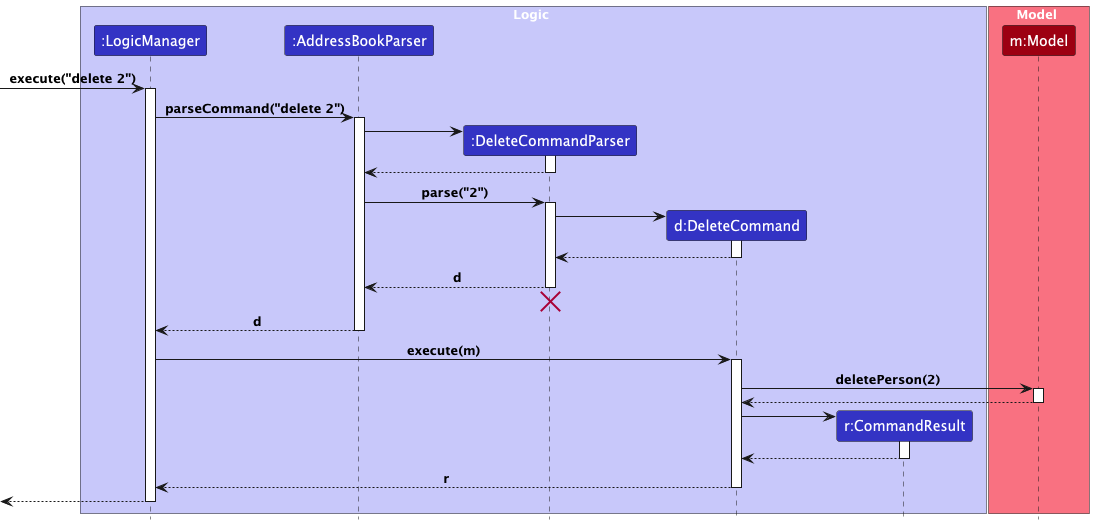
Earlier version of the PlantUML export docs/images/DeleteCommandSequenceDiagram.png (nus-cs2103-AY2425S1/tp). Its diagram source:
```plantuml
@startuml
!include style.puml

box Logic LOGIC_COLOR_T1
participant ":LogicManager" as LogicManager LOGIC_COLOR
participant ":AddressBookParser" as AddressBookParser LOGIC_COLOR
participant ":DeleteCommandParser" as DeleteCommandParser LOGIC_COLOR
participant "d:DeleteCommand" as DeleteCommand LOGIC_COLOR
participant "r:CommandResult" as CommandResult LOGIC_COLOR
end box

box Model MODEL_COLOR_T1
participant "m:Model" as Model MODEL_COLOR
end box

[-> LogicManager : execute("delete 2")
activate LogicManager

LogicManager -> AddressBookParser : parseCommand("delete 2")
activate AddressBookParser

create DeleteCommandParser
AddressBookParser -> DeleteCommandParser
activate DeleteCommandParser

DeleteCommandParser --> AddressBookParser
deactivate DeleteCommandParser

AddressBookParser -> DeleteCommandParser : parse("2")
activate DeleteCommandParser

create DeleteCommand
DeleteCommandParser -> DeleteCommand
activate DeleteCommand

DeleteCommand --> DeleteCommandParser :
deactivate DeleteCommand

DeleteCommandParser --> AddressBookParser : d
deactivate DeleteCommandParser
DeleteCommandParser -[hidden]-> AddressBookParser
destroy DeleteCommandParser

AddressBookParser --> LogicManager : d
deactivate AddressBookParser

LogicManager -> DeleteCommand : execute(m)
activate DeleteCommand

DeleteCommand -> Model : deletePerson(2)
activate Model

Model --> DeleteCommand
deactivate Model

create CommandResult
DeleteCommand -> CommandResult
activate CommandResult

CommandResult --> DeleteCommand
deactivate CommandResult

DeleteCommand --> LogicManager : r
deactivate DeleteCommand

[<--LogicManager
deactivate LogicManager
@enduml
```
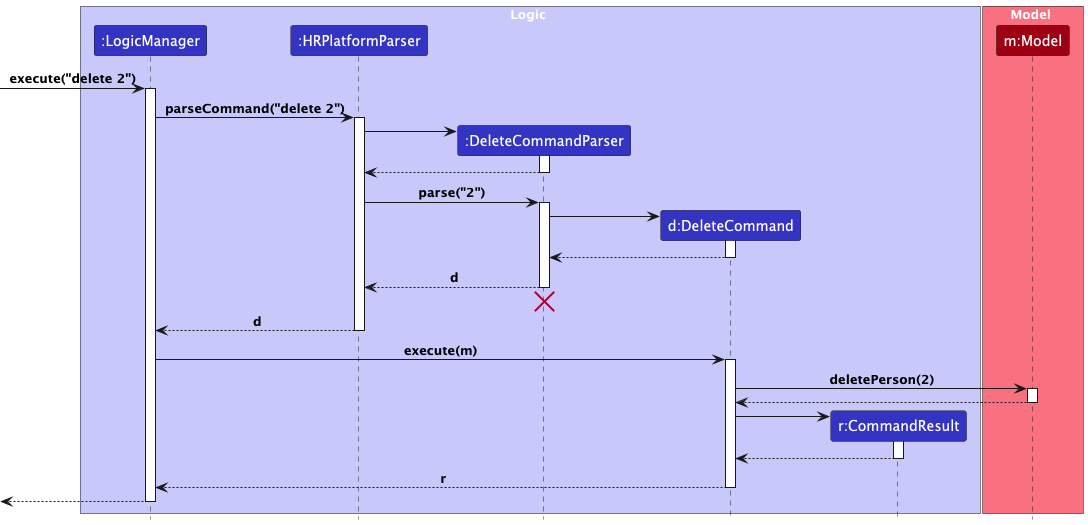
Later version of the same file.

The edit, as a diff of the source:
```diff
@@ -3,7 +3,7 @@
 
 box Logic LOGIC_COLOR_T1
 participant ":LogicManager" as LogicManager LOGIC_COLOR
-participant ":AddressBookParser" as AddressBookParser LOGIC_COLOR
+participant ":HRPlatformParser" as HRPlatformParser LOGIC_COLOR
 participant ":DeleteCommandParser" as DeleteCommandParser LOGIC_COLOR
 participant "d:DeleteCommand" as DeleteCommand LOGIC_COLOR
 participant "r:CommandResult" as CommandResult LOGIC_COLOR
@@ -16,17 +16,17 @@
 [-> LogicManager : execute("delete 2")
 activate LogicManager
 
-LogicManager -> AddressBookParser : parseCommand("delete 2")
-activate AddressBookParser
+LogicManager -> HRPlatformParser : parseCommand("delete 2")
+activate HRPlatformParser
 
 create DeleteCommandParser
-AddressBookParser -> DeleteCommandParser
+HRPlatformParser -> DeleteCommandParser
 activate DeleteCommandParser
 
-DeleteCommandParser --> AddressBookParser
+DeleteCommandParser --> HRPlatformParser
 deactivate DeleteCommandParser
 
-AddressBookParser -> DeleteCommandParser : parse("2")
+HRPlatformParser -> DeleteCommandParser : parse("2")
 activate DeleteCommandParser
 
 create DeleteCommand
@@ -36,13 +36,13 @@
 DeleteCommand --> DeleteCommandParser :
 deactivate DeleteCommand
 
-DeleteCommandParser --> AddressBookParser : d
+DeleteCommandParser --> HRPlatformParser : d
 deactivate DeleteCommandParser
-DeleteCommandParser -[hidden]-> AddressBookParser
+DeleteCommandParser -[hidden]-> HRPlatformParser
 destroy DeleteCommandParser
 
-AddressBookParser --> LogicManager : d
-deactivate AddressBookParser
+HRPlatformParser --> LogicManager : d
+deactivate HRPlatformParser
 
 LogicManager -> DeleteCommand : execute(m)
 activate DeleteCommand
```
